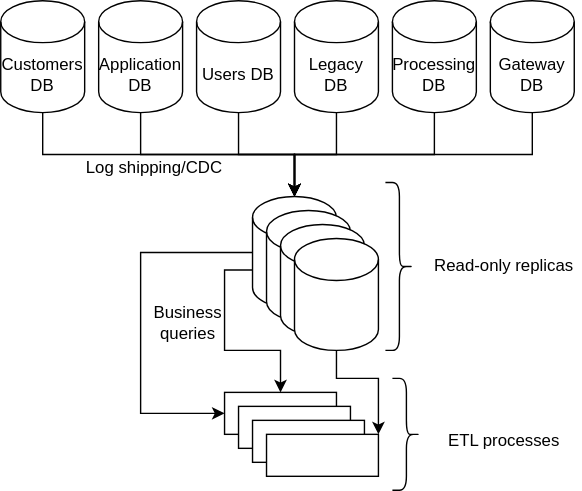
Earlier version of the draw.io export presentations/diagrams/problem-1-solution.svg (andykuszyk/andykuszyk.github.io). Source tidied: cells renumbered, new cells last; positions are measured from the earlier drawing's top-left corner, leaving out a move shared by most shapes.
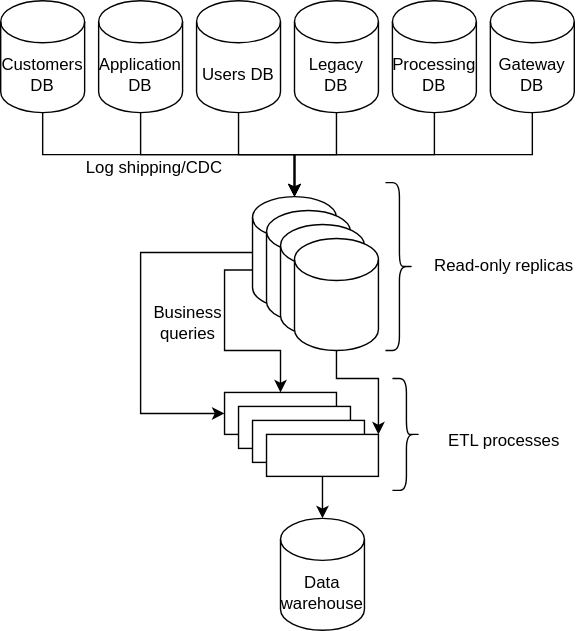
Later version of the same file.

Diff of the diagram source:
```diff
@@ -92,6 +92,9 @@
     <mxCell id="27" style="rounded=0;whiteSpace=wrap;html=1;" parent="1" vertex="1">
       <mxGeometry x="180" y="300" width="80" height="30" as="geometry" />
     </mxCell>
+    <mxCell id="32" style="edgeStyle=orthogonalEdgeStyle;rounded=0;jettySize=auto;html=1;" parent="1" edge="1" source="28" target="33">
+      <mxGeometry relative="1" as="geometry" />
+    </mxCell>
     <mxCell id="28" style="rounded=0;whiteSpace=wrap;html=1;" parent="1" vertex="1">
       <mxGeometry x="190" y="310" width="80" height="30" as="geometry" />
     </mxCell>
@@ -104,5 +107,8 @@
     <mxCell id="31" value="Business queries" style="text;html=1;strokeColor=none;fillColor=none;align=center;verticalAlign=middle;whiteSpace=wrap;rounded=0;" parent="1" vertex="1">
       <mxGeometry x="114" y="220" width="40" height="20" as="geometry" />
     </mxCell>
+    <mxCell id="33" value="Data warehouse" style="shape=cylinder3;whiteSpace=wrap;html=1;boundedLbl=1;backgroundOutline=1;size=15;" parent="1" vertex="1">
+      <mxGeometry x="200" y="370" width="60" height="80" as="geometry" />
+    </mxCell>
   </root>
 </mxGraphModel>
```
